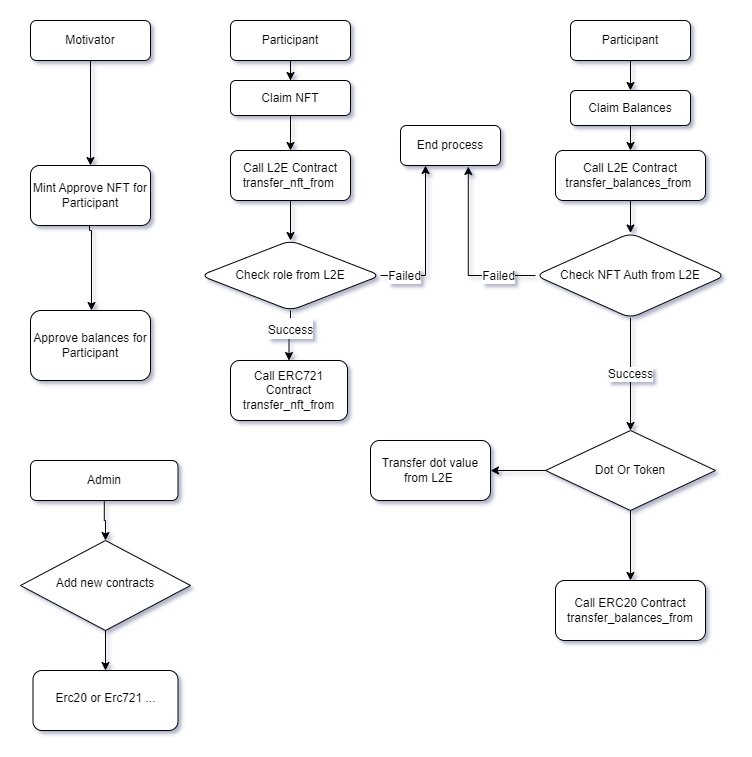
Above: l2e.draw.png in aiqubits/l2e-vara (draw.io), before the change. Source tidied: cells renumbered, new cells last; positions are measured from the earlier drawing's top-left corner, leaving out a move shared by most shapes.
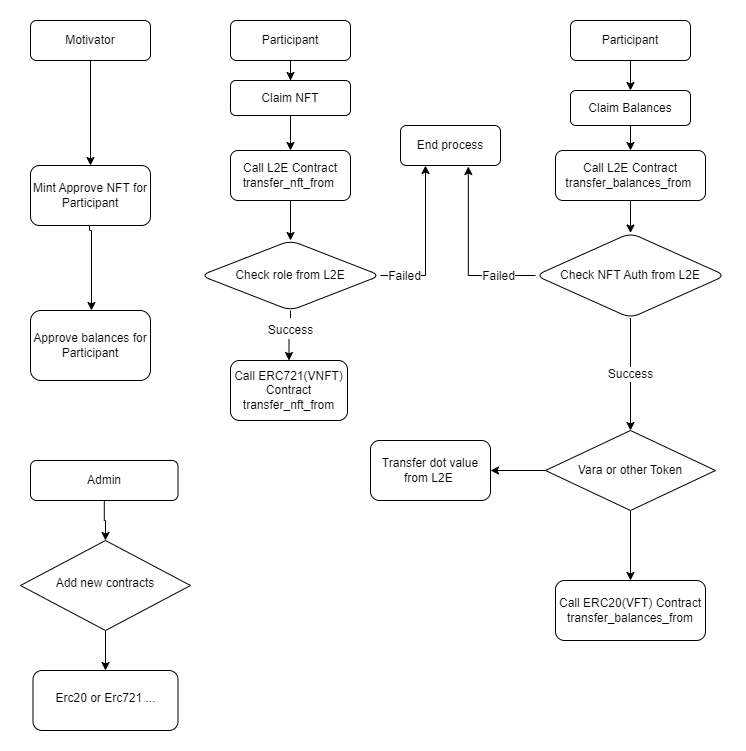
After the change.

Change to the diagram source:
```diff
@@ -46,7 +46,7 @@
     <mxCell id="14" value="End process" style="rounded=1;whiteSpace=wrap;html=1;fontSize=12;glass=0;strokeWidth=1;shadow=0;" parent="1" vertex="1">
       <mxGeometry x="380" y="105" width="100" height="40" as="geometry" />
     </mxCell>
-    <mxCell id="15" value="Call ERC721 Contract transfer_nft_from" style="whiteSpace=wrap;html=1;rounded=1;glass=0;strokeWidth=1;shadow=0;" parent="1" vertex="1">
+    <mxCell id="15" value="Call ERC721(VNFT) Contract transfer_nft_from" style="whiteSpace=wrap;html=1;rounded=1;glass=0;strokeWidth=1;shadow=0;" parent="1" vertex="1">
       <mxGeometry x="210" y="340" width="117" height="60" as="geometry" />
     </mxCell>
     <mxCell id="16" style="edgeStyle=orthogonalEdgeStyle;rounded=0;jettySize=auto;html=1;" parent="1" edge="1" source="17" target="40">
@@ -114,13 +114,13 @@
     <mxCell id="36" style="edgeStyle=orthogonalEdgeStyle;rounded=0;jettySize=auto;html=1;" parent="1" edge="1" source="37" target="39">
       <mxGeometry relative="1" as="geometry" />
     </mxCell>
-    <mxCell id="37" value="Dot Or Token" style="rhombus;whiteSpace=wrap;html=1;" parent="1" vertex="1">
+    <mxCell id="37" value="Vara or other Token" style="rhombus;whiteSpace=wrap;html=1;" parent="1" vertex="1">
       <mxGeometry x="525" y="410" width="170" height="80" as="geometry" />
     </mxCell>
     <mxCell id="38" value="Transfer dot value from L2E&amp;nbsp;" style="rounded=1;whiteSpace=wrap;html=1;" parent="1" vertex="1">
       <mxGeometry x="350" y="420" width="120" height="60" as="geometry" />
     </mxCell>
-    <mxCell id="39" value="Call ERC20 Contract transfer_balances_from" style="rounded=1;whiteSpace=wrap;html=1;" parent="1" vertex="1">
+    <mxCell id="39" value="Call ERC20(VFT) Contract transfer_balances_from" style="rounded=1;whiteSpace=wrap;html=1;" parent="1" vertex="1">
       <mxGeometry x="535" y="560" width="150" height="60" as="geometry" />
     </mxCell>
     <mxCell id="40" value="Erc20 or Erc721 ..." style="rounded=1;whiteSpace=wrap;html=1;shadow=0;strokeWidth=1;spacing=6;spacingTop=-4;" parent="1" vertex="1">
```
